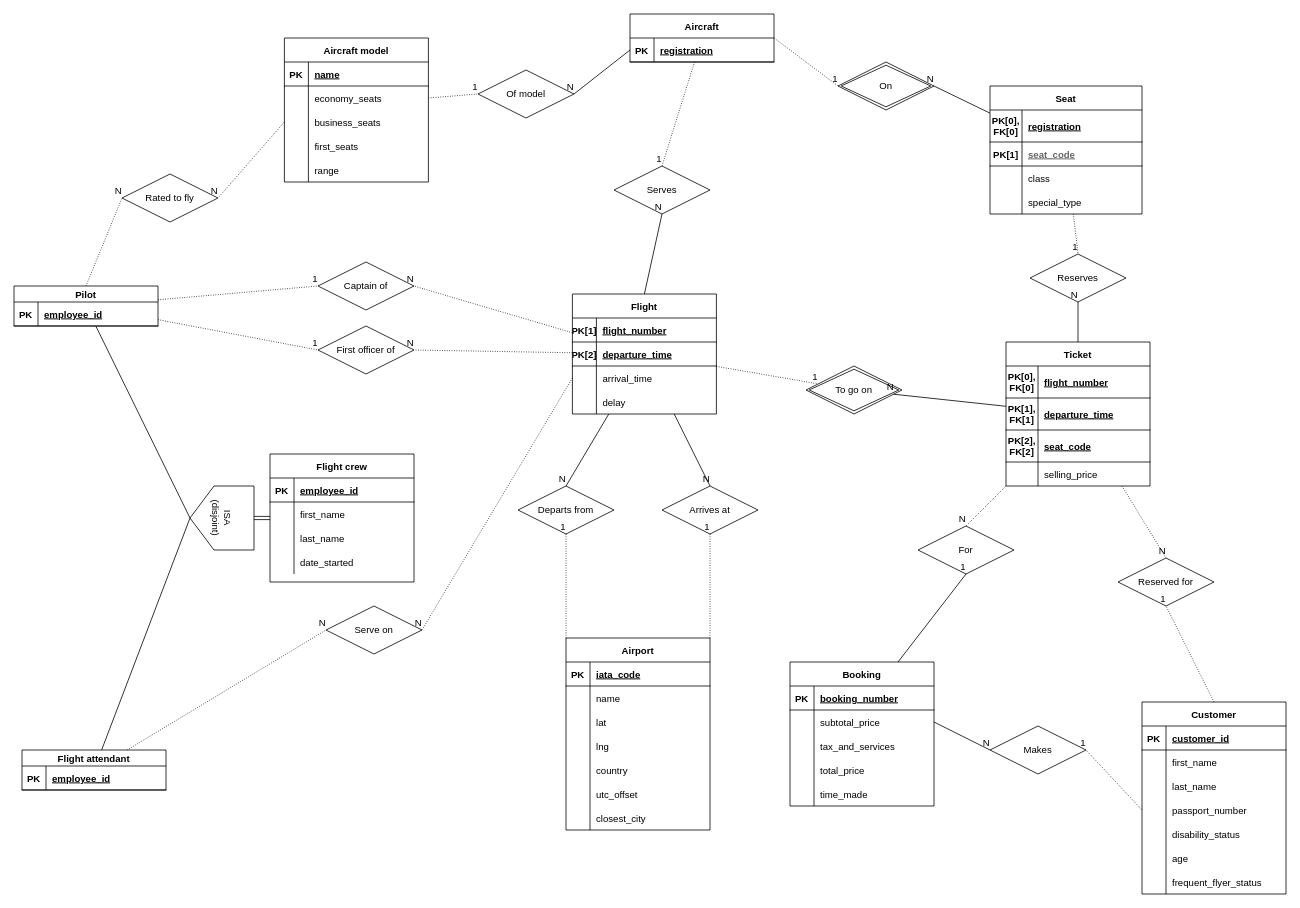
This is Airline system ER diagram.drawio from lyulka/comp3278, a draw.io file, before an edit. Source tidied: cells renumbered, new cells numbered last; positions are measured from the earlier drawing's top-left corner, leaving out a move shared by most shapes. Both pictures are drawn from the tidied source at 80%, with x=0, y=0 at pixel (14, 14).
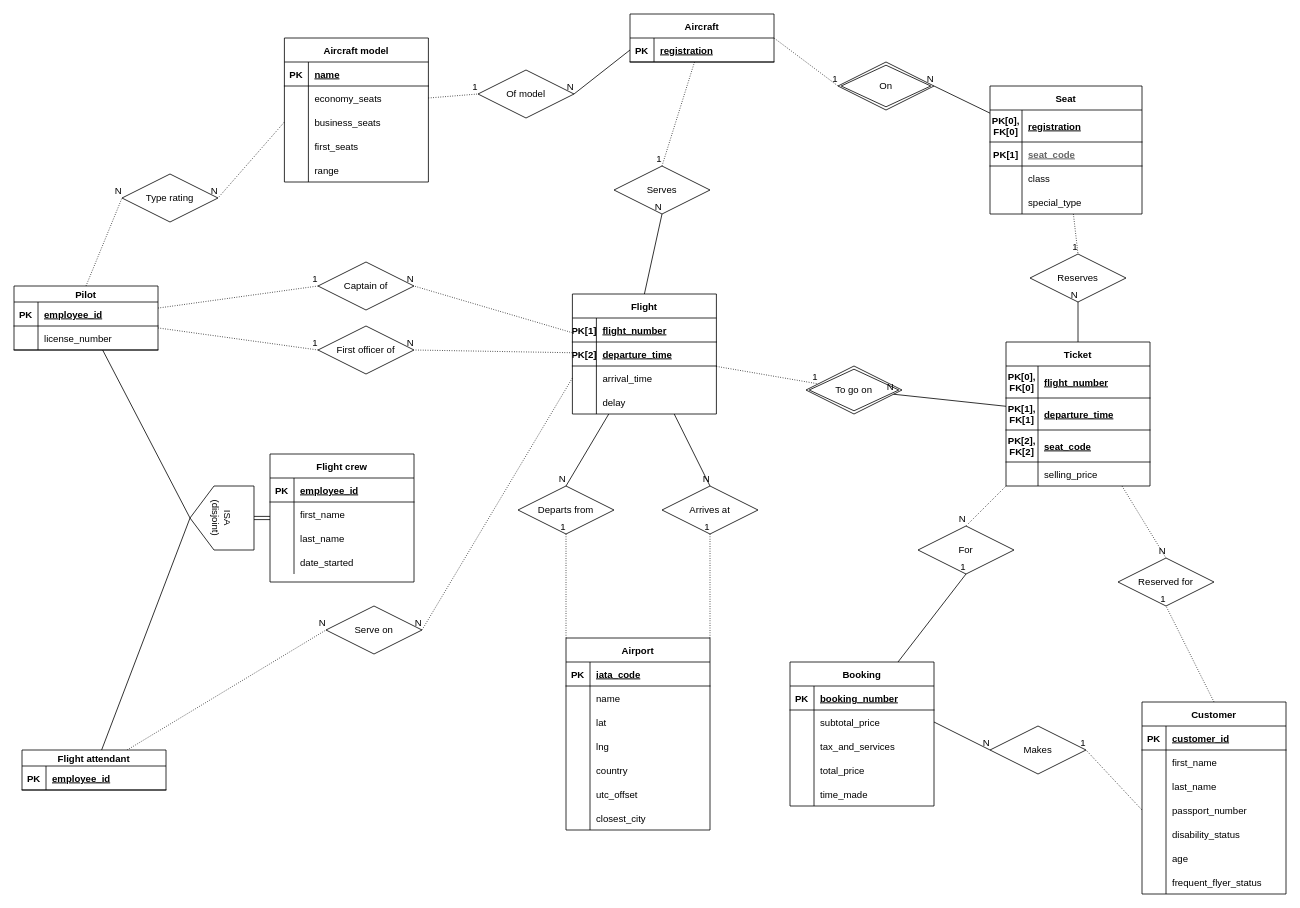
The same diagram, later.

Commit message:
Add license_number attribute to pilot

Change to the diagram source:
```diff
@@
-    <mxCell id="58" value="Rated to fly" style="shape=rhombus;perimeter=rhombusPerimeter;whiteSpace=wrap;html=1;align=center;" parent="1" vertex="1">
+    <mxCell id="58" value="Type rating" style="shape=rhombus;perimeter=rhombusPerimeter;whiteSpace=wrap;html=1;align=center;" parent="1" vertex="1">
       <mxGeometry x="135" y="200" width="120" height="60" as="geometry" />
     </mxCell>
     <mxCell id="59" value="Pilot" style="shape=table;startSize=20;childLayout=tableLayout;rowLines=0;fontStyle=1;align=center;" parent="1" vertex="1">
-      <mxGeometry y="340" width="180" height="50" as="geometry" />
+      <mxGeometry y="340" width="180" height="80" as="geometry" />
     </mxCell>
@@
+    <mxCell id="217" style="shape=partialRectangle;fillColor=none;top=0;left=0;bottom=1;right=0;" parent="59" vertex="1">
+      <mxGeometry y="50" width="180" height="30" as="geometry" />
+    </mxCell>
+    <mxCell id="218" style="shape=partialRectangle;fillColor=none;top=0;left=0;bottom=0;right=0;fontStyle=1;overflow=hidden;" parent="217" vertex="1">
+      <mxGeometry width="30" height="30" as="geometry" />
+    </mxCell>
+    <mxCell id="219" value="license_number" style="shape=partialRectangle;fillColor=none;top=0;left=0;bottom=0;right=0;align=left;spacingLeft=6;fontStyle=0;overflow=hidden;" parent="217" vertex="1">
+      <mxGeometry x="30" width="150" height="30" as="geometry" />
+    </mxCell>
```
